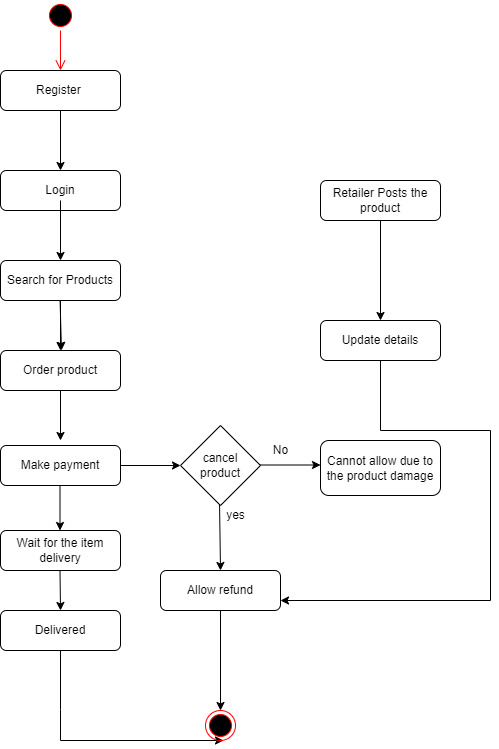
Earlier version of the draw.io export Day10/OnlineShopping/activitydiagram2.drawio.png (neethupauly/ust-prograd-training). Source tidied: cells renumbered, new cells last; positions are measured from the earlier drawing's top-left corner, leaving out a move shared by most shapes.
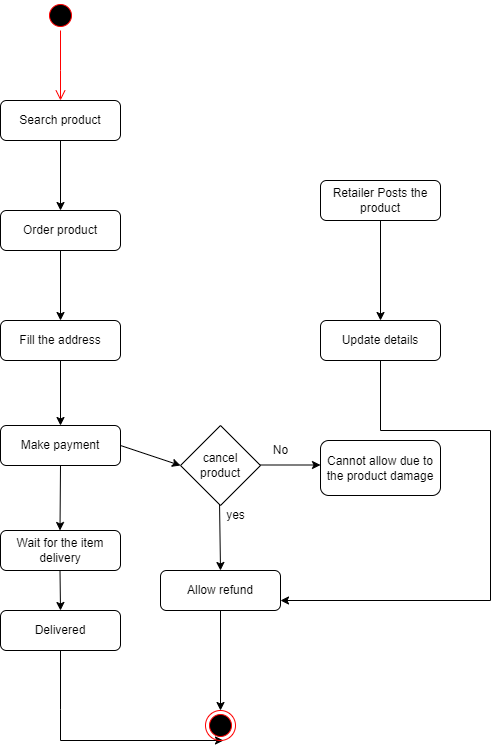
Above is the later version.

What changed in the source:
```diff
@@ -2,37 +2,28 @@
   <root>
     <mxCell id="0" />
     <mxCell id="1" parent="0" />
-    <mxCell id="2" value="Register&amp;nbsp;" style="rounded=1;whiteSpace=wrap;html=1;fontSize=12;glass=0;strokeWidth=1;shadow=0;" parent="1" vertex="1">
-      <mxGeometry y="70" width="120" height="40" as="geometry" />
+    <mxCell id="2" value="Search product" style="rounded=1;whiteSpace=wrap;html=1;fontSize=12;glass=0;strokeWidth=1;shadow=0;" parent="1" vertex="1">
+      <mxGeometry y="100" width="120" height="40" as="geometry" />
     </mxCell>
     <mxCell id="3" value="Retailer Posts the product" style="rounded=1;whiteSpace=wrap;html=1;fontSize=12;glass=0;strokeWidth=1;shadow=0;" parent="1" vertex="1">
       <mxGeometry x="320" y="180" width="120" height="40" as="geometry" />
     </mxCell>
-    <mxCell id="4" value="Order product" style="rounded=1;whiteSpace=wrap;html=1;fontSize=12;glass=0;strokeWidth=1;shadow=0;" parent="1" vertex="1">
-      <mxGeometry y="350" width="120" height="40" as="geometry" />
-    </mxCell>
     <mxCell id="5" value="Update details" style="rounded=1;whiteSpace=wrap;html=1;fontSize=12;glass=0;strokeWidth=1;shadow=0;" parent="1" vertex="1">
       <mxGeometry x="320" y="320" width="120" height="40" as="geometry" />
     </mxCell>
-    <mxCell id="6" value="Login" style="rounded=1;whiteSpace=wrap;html=1;fontSize=12;glass=0;strokeWidth=1;shadow=0;" parent="1" vertex="1">
-      <mxGeometry y="170" width="120" height="40" as="geometry" />
+    <mxCell id="6" value="Order product" style="rounded=1;whiteSpace=wrap;html=1;fontSize=12;glass=0;strokeWidth=1;shadow=0;" parent="1" vertex="1">
+      <mxGeometry y="210" width="120" height="40" as="geometry" />
     </mxCell>
     <mxCell id="7" style="endArrow=classic;html=1;rounded=0;entryX=0.5;entryY=0;entryDx=0;entryDy=0;" parent="1" edge="1" target="6">
       <mxGeometry relative="1" as="geometry">
-        <mxPoint x="60" y="110" as="sourcePoint" />
+        <mxPoint x="60" y="140" as="sourcePoint" />
       </mxGeometry>
     </mxCell>
     <mxCell id="8" style="endArrow=classic;html=1;rounded=0;entryX=0.5;entryY=0;entryDx=0;entryDy=0;" parent="1" edge="1" target="18">
       <mxGeometry relative="1" as="geometry">
-        <mxPoint x="60" y="200" as="sourcePoint" />
+        <mxPoint x="60" y="250" as="sourcePoint" />
       </mxGeometry>
     </mxCell>
-    <mxCell id="9" style="endArrow=classic;html=1;rounded=0;" parent="1" edge="1">
-      <mxGeometry relative="1" as="geometry">
-        <mxPoint x="59.1" y="280" as="sourcePoint" />
-        <mxPoint x="60.9" y="350" as="targetPoint" />
-      </mxGeometry>
-    </mxCell>
     <mxCell id="10" style="endArrow=classic;html=1;rounded=0;entryX=0.5;entryY=0;entryDx=0;entryDy=0;exitX=0.5;exitY=1;exitDx=0;exitDy=0;" parent="1" edge="1" source="3" target="5">
       <mxGeometry relative="1" as="geometry" />
     </mxCell>
@@ -46,13 +37,8 @@
       <mxGeometry y="530" width="120" height="40" as="geometry" />
     </mxCell>
     <mxCell id="14" value="Make payment" style="rounded=1;whiteSpace=wrap;html=1;fontSize=12;glass=0;strokeWidth=1;shadow=0;" parent="1" vertex="1">
-      <mxGeometry y="445" width="120" height="40" as="geometry" />
+      <mxGeometry y="425" width="120" height="40" as="geometry" />
     </mxCell>
-    <mxCell id="15" style="endArrow=classic;html=1;rounded=0;exitX=0.5;exitY=1;exitDx=0;exitDy=0;" parent="1" edge="1" source="4">
-      <mxGeometry relative="1" as="geometry">
-        <mxPoint x="60" y="440" as="targetPoint" />
-      </mxGeometry>
-    </mxCell>
     <mxCell id="16" style="endArrow=classic;html=1;rounded=0;exitX=0.408;exitY=1.02;exitDx=0;exitDy=0;exitPerimeter=0;entryX=0.06;entryY=1;entryDx=0;entryDy=0;entryPerimeter=0;" parent="1" edge="1">
       <mxGeometry relative="1" as="geometry">
         <mxPoint x="60" y="650" as="sourcePoint" />
@@ -63,13 +49,11 @@
         </Array>
       </mxGeometry>
     </mxCell>
-    <mxCell id="17" style="edgeStyle=orthogonalEdgeStyle;rounded=0;jettySize=auto;html=1;" parent="1" edge="1" target="4">
-      <mxGeometry relative="1" as="geometry">
-        <mxPoint x="60" y="300" as="sourcePoint" />
-      </mxGeometry>
+    <mxCell id="17" style="edgeStyle=orthogonalEdgeStyle;rounded=0;jettySize=auto;html=1;entryX=0.5;entryY=0;entryDx=0;entryDy=0;exitX=0.5;exitY=1;exitDx=0;exitDy=0;" parent="1" edge="1" source="18" target="14">
+      <mxGeometry relative="1" as="geometry" />
     </mxCell>
-    <mxCell id="18" value="Search for Products" style="rounded=1;whiteSpace=wrap;html=1;fontSize=12;glass=0;strokeWidth=1;shadow=0;" parent="1" vertex="1">
-      <mxGeometry y="260" width="120" height="40" as="geometry" />
+    <mxCell id="18" value="Fill the address" style="rounded=1;whiteSpace=wrap;html=1;fontSize=12;glass=0;strokeWidth=1;shadow=0;" parent="1" vertex="1">
+      <mxGeometry y="320" width="120" height="40" as="geometry" />
     </mxCell>
     <mxCell id="19" style="edgeStyle=orthogonalEdgeStyle;html=1;verticalAlign=bottom;endArrow=open;endSize=8;strokeColor=#ff0000;rounded=0;entryX=0.5;entryY=0;entryDx=0;entryDy=0;startArrow=none;" parent="1" edge="1" source="24" target="2">
       <mxGeometry relative="1" as="geometry">
@@ -79,9 +63,8 @@
         </Array>
       </mxGeometry>
     </mxCell>
-    <mxCell id="20" style="endArrow=classic;html=1;rounded=0;" parent="1" edge="1">
+    <mxCell id="20" style="endArrow=classic;html=1;rounded=0;exitX=0.5;exitY=1;exitDx=0;exitDy=0;" parent="1" edge="1" source="14">
       <mxGeometry relative="1" as="geometry">
-        <mxPoint x="59.5" y="485" as="sourcePoint" />
         <mxPoint x="59.5" y="530" as="targetPoint" />
       </mxGeometry>
     </mxCell>
```
